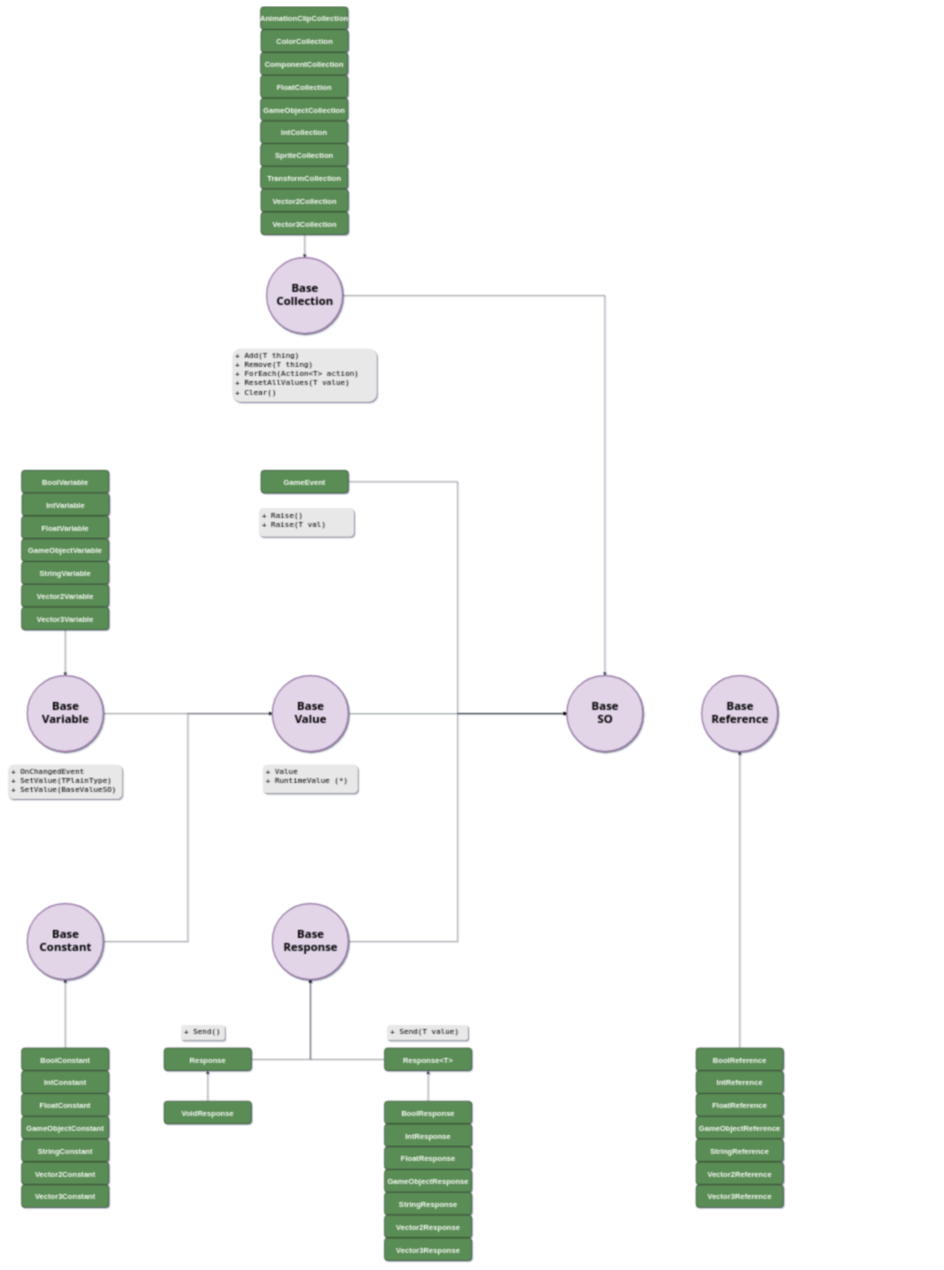
This is page "Hierarchy" (1 of 4) of Documentation/Arch-1.drawio from TalusStudio/TalusFramework-Package, a draw.io file, before an edit. Source tidied: cells renumbered, new cells numbered last; positions are measured from the earlier drawing's top-left corner, leaving out a move shared by most shapes. Both pictures are drawn from the tidied source at 38%, with x=0, y=0 at pixel (8, 6).
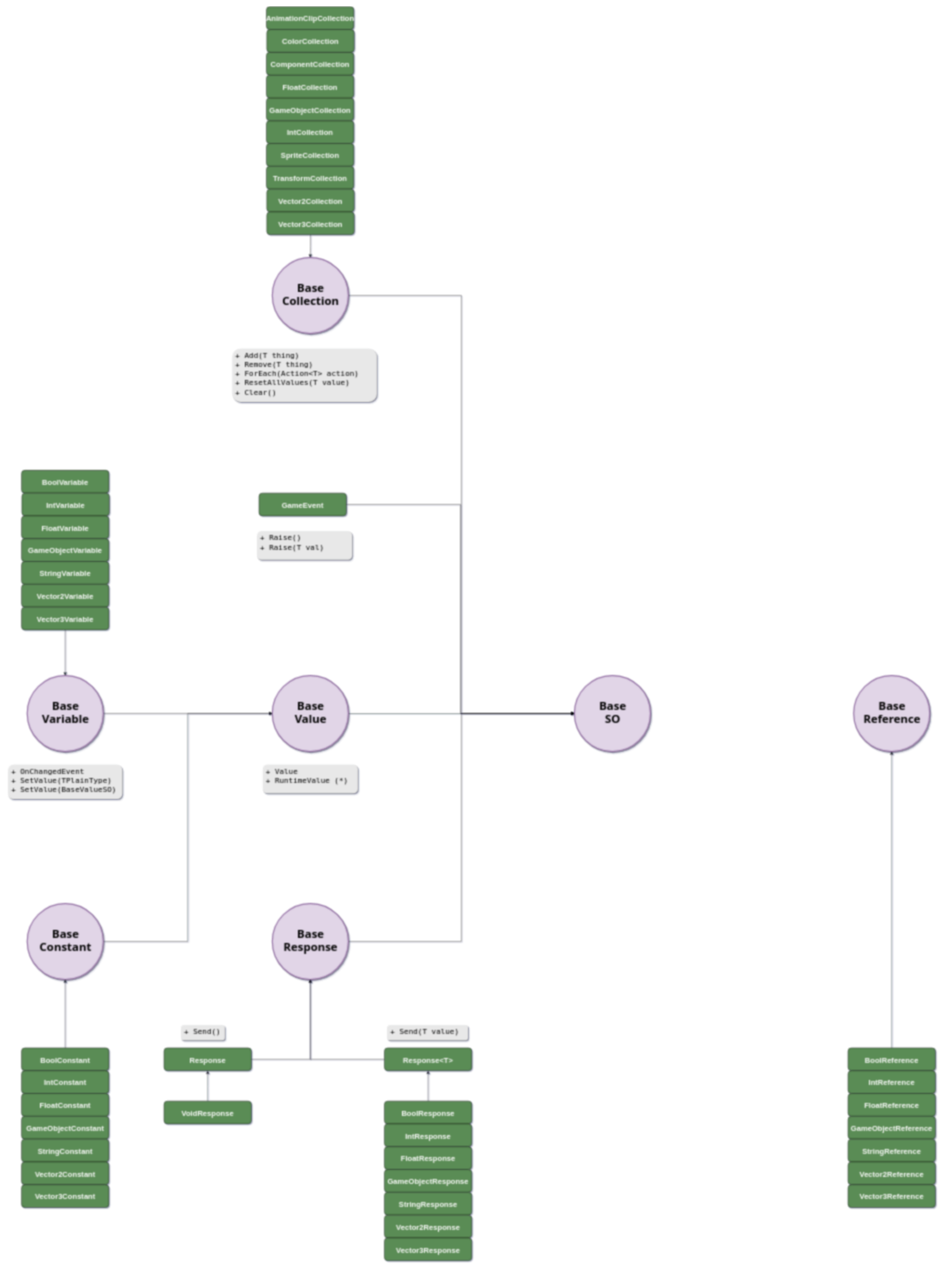
The same page after the edit.

Change to the diagram source:
```diff
@@
     <mxCell id="4" value="&lt;font style=&quot;font-size: 30px;&quot;&gt;&lt;span style=&quot;font-size: 30px;&quot;&gt;Base &lt;br style=&quot;font-size: 30px;&quot;&gt;SO&lt;/span&gt;&lt;/font&gt;" style="ellipse;whiteSpace=wrap;html=1;shadow=1;fontFamily=Tahoma;fontSize=30;fontStyle=1;strokeColor=#9673a6;strokeWidth=3;fillColor=#e1d5e7;rounded=1;spacingLeft=2;spacingBottom=9;spacingTop=0;" parent="1" vertex="1">
-      <mxGeometry x="1470" y="1760" width="200" height="200" as="geometry" />
+      <mxGeometry x="1490" y="1760" width="200" height="200" as="geometry" />
     </mxCell>
@@
     <mxCell id="26" value="GameEvent" style="fontStyle=1;rounded=1;fontColor=#FFFFFF;fillColor=#5A8C54;fontSize=20;" parent="1" vertex="1">
-      <mxGeometry x="665" y="1220" width="230" height="60" as="geometry" />
+      <mxGeometry x="660" y="1280" width="230" height="60" as="geometry" />
     </mxCell>
@@
     <mxCell id="39" value="Base&lt;br&gt;Reference" style="ellipse;shadow=1;fontFamily=Tahoma;fontSize=30;fontStyle=1;strokeColor=#9673a6;strokeWidth=3;fillColor=#e1d5e7;rounded=1;labelBackgroundColor=none;labelBorderColor=none;whiteSpace=wrap;html=1;spacingTop=0;spacingBottom=9;spacingLeft=2;" parent="1" vertex="1">
-      <mxGeometry x="1825" y="1760" width="200" height="200" as="geometry" />
+      <mxGeometry x="2225" y="1760" width="200" height="200" as="geometry" />
     </mxCell>
@@
     <mxCell id="41" value="BoolReference" style="fontStyle=1;rounded=1;fontColor=#FFFFFF;fillColor=#5A8C54;fontSize=20;arcSize=15;" parent="1" vertex="1">
-      <mxGeometry x="1810" y="2740" width="230" height="60" as="geometry" />
+      <mxGeometry x="2210" y="2740" width="230" height="60" as="geometry" />
     </mxCell>
@@
     <mxCell id="44" value="IntReference" style="fontStyle=1;rounded=1;fontColor=#FFFFFF;fillColor=#5A8C54;fontSize=20;arcSize=15;" parent="1" vertex="1">
-      <mxGeometry x="1810" y="2800" width="230" height="60" as="geometry" />
+      <mxGeometry x="2210" y="2800" width="230" height="60" as="geometry" />
     </mxCell>
     <mxCell id="45" value="FloatReference" style="fontStyle=1;rounded=1;fontColor=#FFFFFF;fillColor=#5A8C54;fontSize=20;arcSize=15;" parent="1" vertex="1">
-      <mxGeometry x="1810" y="2860" width="230" height="60" as="geometry" />
+      <mxGeometry x="2210" y="2860" width="230" height="60" as="geometry" />
     </mxCell>
     <mxCell id="46" value="GameObjectReference" style="fontStyle=1;rounded=1;fontColor=#FFFFFF;fillColor=#5A8C54;fontSize=20;arcSize=15;" parent="1" vertex="1">
-      <mxGeometry x="1810" y="2920" width="230" height="60" as="geometry" />
+      <mxGeometry x="2210" y="2920" width="230" height="60" as="geometry" />
     </mxCell>
     <mxCell id="47" value="StringReference" style="fontStyle=1;rounded=1;fontColor=#FFFFFF;fillColor=#5A8C54;fontSize=20;arcSize=15;" parent="1" vertex="1">
-      <mxGeometry x="1810" y="2980" width="230" height="60" as="geometry" />
+      <mxGeometry x="2210" y="2980" width="230" height="60" as="geometry" />
     </mxCell>
     <mxCell id="48" value="Vector2Reference" style="fontStyle=1;rounded=1;fontColor=#FFFFFF;fillColor=#5A8C54;fontSize=20;arcSize=15;" parent="1" vertex="1">
-      <mxGeometry x="1810" y="3040" width="230" height="60" as="geometry" />
+      <mxGeometry x="2210" y="3040" width="230" height="60" as="geometry" />
     </mxCell>
     <mxCell id="49" value="Vector3Reference" style="fontStyle=1;rounded=1;fontColor=#FFFFFF;fillColor=#5A8C54;fontSize=20;arcSize=15;" parent="1" vertex="1">
-      <mxGeometry x="1810" y="3100" width="230" height="60" as="geometry" />
+      <mxGeometry x="2210" y="3100" width="230" height="60" as="geometry" />
     </mxCell>
@@
     <mxCell id="52" value="&lt;p style=&quot;margin: 0px ; margin-top: 6px ; text-align: center&quot;&gt;&lt;/p&gt;&lt;p style=&quot;margin: 0px ; margin-left: 8px&quot;&gt;+ Raise()&lt;/p&gt;&lt;p style=&quot;margin: 0px ; margin-left: 8px&quot;&gt;+ Raise(T val)&lt;/p&gt;" style="align=left;overflow=fill;html=1;rounded=1;shadow=1;fontFamily=Lucida Console;fontSize=20;strokeColor=none;strokeWidth=3;fillColor=#E8E8E8;glass=0;sketch=0;" parent="1" vertex="1">
-      <mxGeometry x="660" y="1320" width="250" height="75" as="geometry" />
+      <mxGeometry x="655" y="1380" width="250" height="75" as="geometry" />
     </mxCell>
@@
-    <mxCell id="57" style="edgeStyle=orthogonalEdgeStyle;rounded=0;jettySize=auto;html=1;exitX=1;exitY=0.5;exitDx=0;exitDy=0;entryX=0.5;entryY=0;entryDx=0;entryDy=0;fontFamily=Helvetica;fontSize=20;" parent="1" edge="1" source="58" target="4">
+    <mxCell id="57" style="edgeStyle=orthogonalEdgeStyle;rounded=0;jettySize=auto;html=1;exitX=1;exitY=0.5;exitDx=0;exitDy=0;entryX=0;entryY=0.5;entryDx=0;entryDy=0;" parent="1" edge="1" source="58" target="4">
       <mxGeometry relative="1" as="geometry" />
     </mxCell>
     <mxCell id="58" value="&lt;blockquote style=&quot;margin: 0px 0px 0px 40px ; border: none ; padding: 0px ; font-size: 30px&quot;&gt;&lt;/blockquote&gt;&lt;font style=&quot;font-size: 30px&quot;&gt;&lt;span style=&quot;font-size: 30px&quot;&gt;&lt;span style=&quot;font-size: 30px&quot;&gt;Base&lt;/span&gt;&lt;br style=&quot;font-size: 30px&quot;&gt;Collection&lt;br&gt;&lt;/span&gt;&lt;/font&gt;" style="ellipse;whiteSpace=wrap;html=1;fillColor=#e1d5e7;strokeColor=#9673a6;strokeWidth=3;fontStyle=1;fontFamily=Tahoma;fontSize=30;shadow=1;align=center;horizontal=1;verticalAlign=middle;rounded=1;spacingTop=0;spacingLeft=2;spacingBottom=9;" parent="1" vertex="1">
-      <mxGeometry x="680" y="660" width="200" height="200" as="geometry" />
+      <mxGeometry x="695" y="660" width="200" height="200" as="geometry" />
     </mxCell>
@@
     <mxCell id="60" value="SpriteCollection" style="fontStyle=1;rounded=1;fontSize=20;fontColor=#FFFFFF;fillColor=#5A8C54;" parent="1" vertex="1">
-      <mxGeometry x="664" y="360" width="230" height="60" as="geometry" />
+      <mxGeometry x="679.5" y="360" width="230" height="60" as="geometry" />
     </mxCell>
     <mxCell id="61" value="IntCollection" style="fontStyle=1;rounded=1;fontSize=20;fontColor=#FFFFFF;fillColor=#5A8C54;" parent="1" vertex="1">
-      <mxGeometry x="664" y="300" width="230" height="60" as="geometry" />
+      <mxGeometry x="679.5" y="300" width="230" height="60" as="geometry" />
     </mxCell>
     <mxCell id="62" value="GameObjectCollection" style="fontStyle=1;rounded=1;fontSize=20;fontColor=#FFFFFF;fillColor=#5A8C54;" parent="1" vertex="1">
-      <mxGeometry x="664" y="240" width="230" height="60" as="geometry" />
+      <mxGeometry x="679.5" y="240" width="230" height="60" as="geometry" />
     </mxCell>
     <mxCell id="63" value="FloatCollection" style="fontStyle=1;rounded=1;fontSize=20;fontColor=#FFFFFF;fillColor=#5A8C54;" parent="1" vertex="1">
-      <mxGeometry x="664" y="180" width="230" height="60" as="geometry" />
+      <mxGeometry x="679.5" y="180" width="230" height="60" as="geometry" />
     </mxCell>
     <mxCell id="64" value="ComponentCollection" style="fontStyle=1;rounded=1;fontSize=20;fontColor=#FFFFFF;fillColor=#5A8C54;" parent="1" vertex="1">
-      <mxGeometry x="664" y="120" width="230" height="60" as="geometry" />
+      <mxGeometry x="679.5" y="120" width="230" height="60" as="geometry" />
     </mxCell>
     <mxCell id="65" value="ColorCollection" style="fontStyle=1;rounded=1;fontSize=20;fontColor=#FFFFFF;fillColor=#5A8C54;" parent="1" vertex="1">
-      <mxGeometry x="665" y="60" width="230" height="60" as="geometry" />
+      <mxGeometry x="680.5" y="60" width="230" height="60" as="geometry" />
     </mxCell>
     <mxCell id="66" value="AnimationClipCollection" style="fontStyle=1;rounded=1;fontSize=20;fontColor=#FFFFFF;fillColor=#5A8C54;" parent="1" vertex="1">
-      <mxGeometry x="664" width="230" height="60" as="geometry" />
+      <mxGeometry x="679.5" width="230" height="60" as="geometry" />
     </mxCell>
     <mxCell id="67" value="TransformCollection" style="fontStyle=1;rounded=1;fontSize=20;fontColor=#FFFFFF;fillColor=#5A8C54;" parent="1" vertex="1">
-      <mxGeometry x="664" y="420" width="230" height="60" as="geometry" />
+      <mxGeometry x="679.5" y="420" width="230" height="60" as="geometry" />
     </mxCell>
     <mxCell id="68" value="Vector2Collection" style="fontStyle=1;rounded=1;fontSize=20;fontColor=#FFFFFF;fillColor=#5A8C54;" parent="1" vertex="1">
-      <mxGeometry x="665" y="480" width="230" height="60" as="geometry" />
+      <mxGeometry x="680.5" y="480" width="230" height="60" as="geometry" />
     </mxCell>
@@
     <mxCell id="70" value="Vector3Collection" style="fontStyle=1;rounded=1;fontSize=20;fontColor=#FFFFFF;fillColor=#5A8C54;" parent="1" vertex="1">
-      <mxGeometry x="665" y="540" width="230" height="60" as="geometry" />
+      <mxGeometry x="680.5" y="540" width="230" height="60" as="geometry" />
     </mxCell>
```
